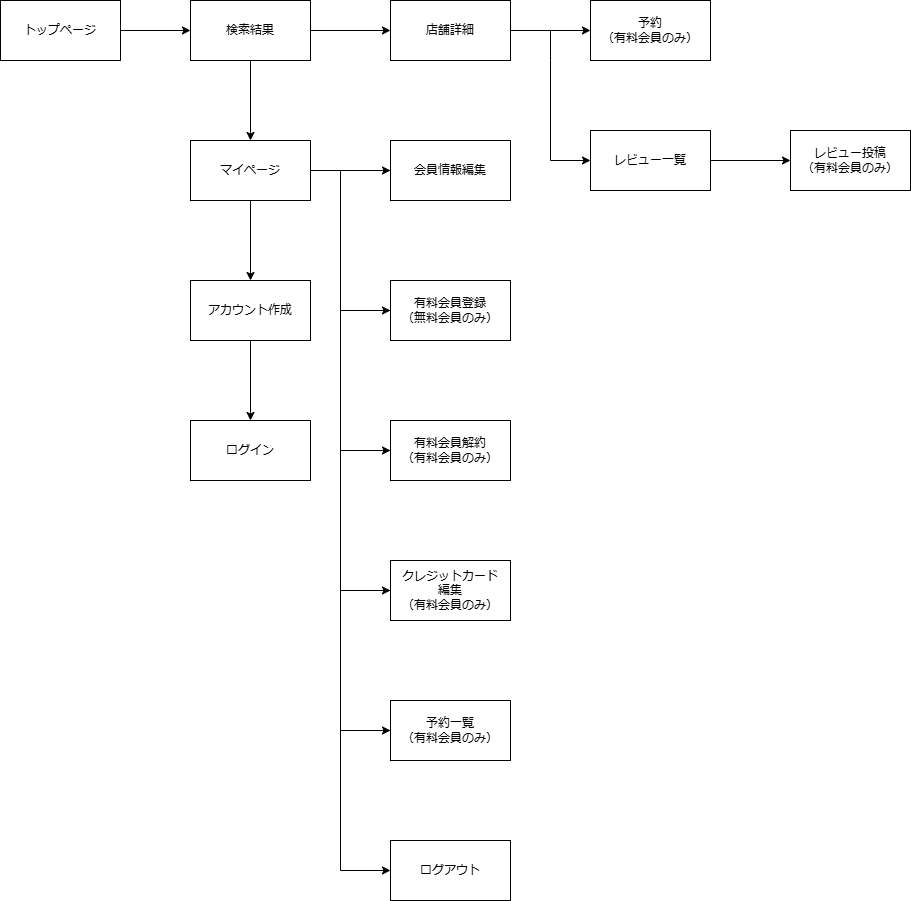
Above: NAGOYAMESHI画面遷移図会員側.drawio.png in ISSEI-dot/NAGOYAMESHI (draw.io), before the change. Source tidied: cells renumbered, new cells last; positions are measured from the earlier drawing's top-left corner, leaving out a move shared by most shapes. Its diagram source:
```xml
<mxGraphModel>
  <root>
    <mxCell id="0" />
    <mxCell id="1" parent="0" />
    <mxCell id="2" style="edgeStyle=orthogonalEdgeStyle;rounded=0;jettySize=auto;html=1;" parent="1" edge="1" source="3" target="6">
      <mxGeometry relative="1" as="geometry" />
    </mxCell>
    <mxCell id="3" value="トップページ" style="whiteSpace=wrap;html=1;" parent="1" vertex="1">
      <mxGeometry width="120" height="60" as="geometry" />
    </mxCell>
    <mxCell id="4" style="edgeStyle=orthogonalEdgeStyle;rounded=0;jettySize=auto;html=1;" parent="1" edge="1" source="6" target="9">
      <mxGeometry relative="1" as="geometry" />
    </mxCell>
    <mxCell id="5" style="edgeStyle=orthogonalEdgeStyle;rounded=0;jettySize=auto;html=1;" parent="1" edge="1" source="6" target="14">
      <mxGeometry relative="1" as="geometry" />
    </mxCell>
    <mxCell id="6" value="検索結果" style="whiteSpace=wrap;html=1;" parent="1" vertex="1">
      <mxGeometry x="190" width="120" height="60" as="geometry" />
    </mxCell>
    <mxCell id="7" style="edgeStyle=orthogonalEdgeStyle;rounded=0;jettySize=auto;html=1;" parent="1" edge="1" source="9" target="11">
      <mxGeometry relative="1" as="geometry" />
    </mxCell>
    <mxCell id="8" style="edgeStyle=orthogonalEdgeStyle;rounded=0;jettySize=auto;html=1;" parent="1" edge="1" source="9" target="21">
      <mxGeometry relative="1" as="geometry" />
    </mxCell>
    <mxCell id="9" value="マイページ" style="whiteSpace=wrap;html=1;" parent="1" vertex="1">
      <mxGeometry x="190" y="140" width="120" height="60" as="geometry" />
    </mxCell>
    <mxCell id="10" style="edgeStyle=orthogonalEdgeStyle;rounded=0;jettySize=auto;html=1;" parent="1" edge="1" source="11" target="12">
      <mxGeometry relative="1" as="geometry" />
    </mxCell>
    <mxCell id="11" value="アカウント作成" style="whiteSpace=wrap;html=1;" parent="1" vertex="1">
      <mxGeometry x="190" y="280" width="120" height="60" as="geometry" />
    </mxCell>
    <mxCell id="12" value="ログイン" style="whiteSpace=wrap;html=1;" parent="1" vertex="1">
      <mxGeometry x="190" y="420" width="120" height="60" as="geometry" />
    </mxCell>
    <mxCell id="13" style="edgeStyle=orthogonalEdgeStyle;rounded=0;jettySize=auto;html=1;" parent="1" edge="1" source="14" target="15">
      <mxGeometry relative="1" as="geometry" />
    </mxCell>
    <mxCell id="14" value="店舗詳細" style="whiteSpace=wrap;html=1;" parent="1" vertex="1">
      <mxGeometry x="390" width="120" height="60" as="geometry" />
    </mxCell>
    <mxCell id="15" value="予約&lt;br&gt;（有料会員のみ）" style="whiteSpace=wrap;html=1;" parent="1" vertex="1">
      <mxGeometry x="590" width="120" height="60" as="geometry" />
    </mxCell>
    <mxCell id="16" style="edgeStyle=orthogonalEdgeStyle;rounded=0;jettySize=auto;html=1;" parent="1" edge="1" source="17" target="18">
      <mxGeometry relative="1" as="geometry" />
    </mxCell>
    <mxCell id="17" value="レビュー一覧" style="whiteSpace=wrap;html=1;" parent="1" vertex="1">
      <mxGeometry x="590" y="130" width="120" height="60" as="geometry" />
    </mxCell>
    <mxCell id="18" value="レビュー投稿&lt;br&gt;（有料会員のみ）" style="whiteSpace=wrap;html=1;" parent="1" vertex="1">
      <mxGeometry x="790" y="130" width="120" height="60" as="geometry" />
    </mxCell>
    <mxCell id="19" style="endArrow=classic;html=1;rounded=0;entryX=0;entryY=0.5;entryDx=0;entryDy=0;" parent="1" edge="1" target="17">
      <mxGeometry relative="1" as="geometry">
        <mxPoint x="550" y="30" as="sourcePoint" />
        <Array as="points">
          <mxPoint x="550" y="60" />
          <mxPoint x="550" y="160" />
        </Array>
      </mxGeometry>
    </mxCell>
    <mxCell id="20" style="edgeStyle=orthogonalEdgeStyle;rounded=0;jettySize=auto;html=1;" parent="1" edge="1" source="21" target="23">
      <mxGeometry relative="1" as="geometry">
        <Array as="points">
          <mxPoint x="340" y="170" />
          <mxPoint x="340" y="310" />
        </Array>
      </mxGeometry>
    </mxCell>
    <mxCell id="21" value="会員情報編集" style="whiteSpace=wrap;html=1;" parent="1" vertex="1">
      <mxGeometry x="390" y="140" width="120" height="60" as="geometry" />
    </mxCell>
    <mxCell id="22" style="edgeStyle=orthogonalEdgeStyle;rounded=0;jettySize=auto;html=1;" parent="1" edge="1" source="23" target="25">
      <mxGeometry relative="1" as="geometry">
        <Array as="points">
          <mxPoint x="340" y="310" />
          <mxPoint x="340" y="450" />
        </Array>
      </mxGeometry>
    </mxCell>
    <mxCell id="23" value="有料会員登録&lt;br&gt;（無料会員のみ）" style="whiteSpace=wrap;html=1;" parent="1" vertex="1">
      <mxGeometry x="390" y="280" width="120" height="60" as="geometry" />
    </mxCell>
    <mxCell id="24" style="edgeStyle=orthogonalEdgeStyle;rounded=0;jettySize=auto;html=1;" parent="1" edge="1" source="25" target="27">
      <mxGeometry relative="1" as="geometry">
        <Array as="points">
          <mxPoint x="340" y="450" />
          <mxPoint x="340" y="590" />
        </Array>
      </mxGeometry>
    </mxCell>
    <mxCell id="25" value="有料会員解約&lt;br&gt;（有料会員のみ）" style="whiteSpace=wrap;html=1;" parent="1" vertex="1">
      <mxGeometry x="390" y="420" width="120" height="60" as="geometry" />
    </mxCell>
    <mxCell id="26" style="edgeStyle=orthogonalEdgeStyle;rounded=0;jettySize=auto;html=1;" parent="1" edge="1" source="27" target="29">
      <mxGeometry relative="1" as="geometry">
        <Array as="points">
          <mxPoint x="340" y="590" />
          <mxPoint x="340" y="730" />
        </Array>
      </mxGeometry>
    </mxCell>
    <mxCell id="27" value="クレジットカード&lt;br&gt;編集&lt;br&gt;（有料会員のみ）" style="whiteSpace=wrap;html=1;" parent="1" vertex="1">
      <mxGeometry x="390" y="560" width="120" height="60" as="geometry" />
    </mxCell>
    <mxCell id="28" style="edgeStyle=orthogonalEdgeStyle;rounded=0;jettySize=auto;html=1;" parent="1" edge="1" source="29" target="30">
      <mxGeometry relative="1" as="geometry">
        <Array as="points">
          <mxPoint x="340" y="730" />
          <mxPoint x="340" y="870" />
        </Array>
      </mxGeometry>
    </mxCell>
    <mxCell id="29" value="予約一覧&lt;br&gt;（有料会員のみ）" style="whiteSpace=wrap;html=1;" parent="1" vertex="1">
      <mxGeometry x="390" y="700" width="120" height="60" as="geometry" />
    </mxCell>
    <mxCell id="30" value="ログアウト" style="whiteSpace=wrap;html=1;" parent="1" vertex="1">
      <mxGeometry x="390" y="840" width="120" height="60" as="geometry" />
    </mxCell>
  </root>
</mxGraphModel>
```
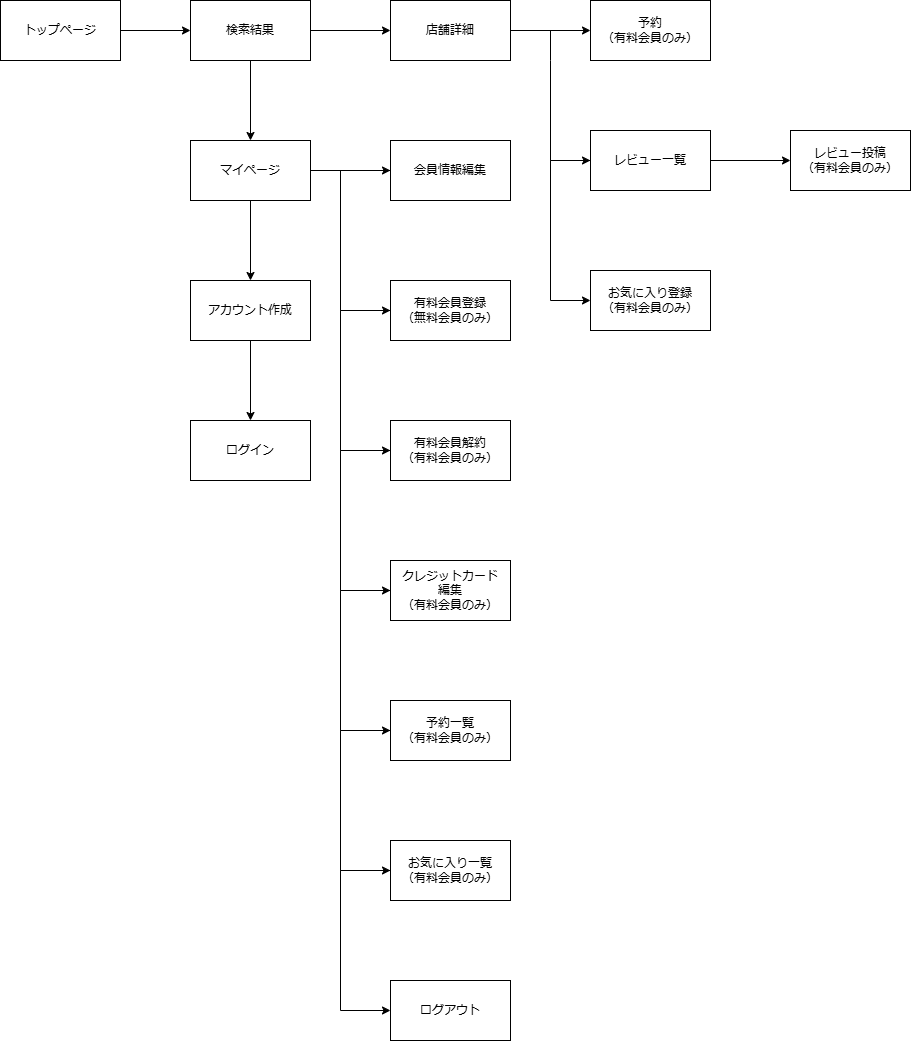
Later version of the same file.

Commit message:
NAGOYAMESHI画面遷移図会員側.drawio.png を更新します

Diff of the diagram source:
```diff
@@ -47,6 +47,14 @@
     <mxCell id="16" style="edgeStyle=orthogonalEdgeStyle;rounded=0;jettySize=auto;html=1;" parent="1" edge="1" source="17" target="18">
       <mxGeometry relative="1" as="geometry" />
     </mxCell>
+    <mxCell id="31" style="edgeStyle=orthogonalEdgeStyle;rounded=0;jettySize=auto;html=1;" parent="1" edge="1" source="17" target="34">
+      <mxGeometry relative="1" as="geometry">
+        <Array as="points">
+          <mxPoint x="550" y="160" />
+          <mxPoint x="550" y="300" />
+        </Array>
+      </mxGeometry>
+    </mxCell>
     <mxCell id="17" value="レビュー一覧" style="whiteSpace=wrap;html=1;" parent="1" vertex="1">
       <mxGeometry x="590" y="130" width="120" height="60" as="geometry" />
     </mxCell>
@@ -117,8 +125,22 @@
     <mxCell id="29" value="予約一覧&lt;br&gt;（有料会員のみ）" style="whiteSpace=wrap;html=1;" parent="1" vertex="1">
       <mxGeometry x="390" y="700" width="120" height="60" as="geometry" />
     </mxCell>
+    <mxCell id="32" style="edgeStyle=orthogonalEdgeStyle;rounded=0;jettySize=auto;html=1;" parent="1" edge="1" source="30" target="33">
+      <mxGeometry relative="1" as="geometry">
+        <Array as="points">
+          <mxPoint x="340" y="870" />
+          <mxPoint x="340" y="1010" />
+        </Array>
+      </mxGeometry>
+    </mxCell>
-    <mxCell id="30" value="ログアウト" style="whiteSpace=wrap;html=1;" parent="1" vertex="1">
+    <mxCell id="30" value="お気に入り一覧&lt;br&gt;（有料会員のみ）" style="whiteSpace=wrap;html=1;" parent="1" vertex="1">
       <mxGeometry x="390" y="840" width="120" height="60" as="geometry" />
     </mxCell>
+    <mxCell id="33" value="ログアウト" style="whiteSpace=wrap;html=1;" parent="1" vertex="1">
+      <mxGeometry x="390" y="980" width="120" height="60" as="geometry" />
+    </mxCell>
+    <mxCell id="34" value="お気に入り登録&lt;br&gt;（有料会員のみ）" style="whiteSpace=wrap;html=1;" parent="1" vertex="1">
+      <mxGeometry x="590" y="270" width="120" height="60" as="geometry" />
+    </mxCell>
   </root>
 </mxGraphModel>
```
